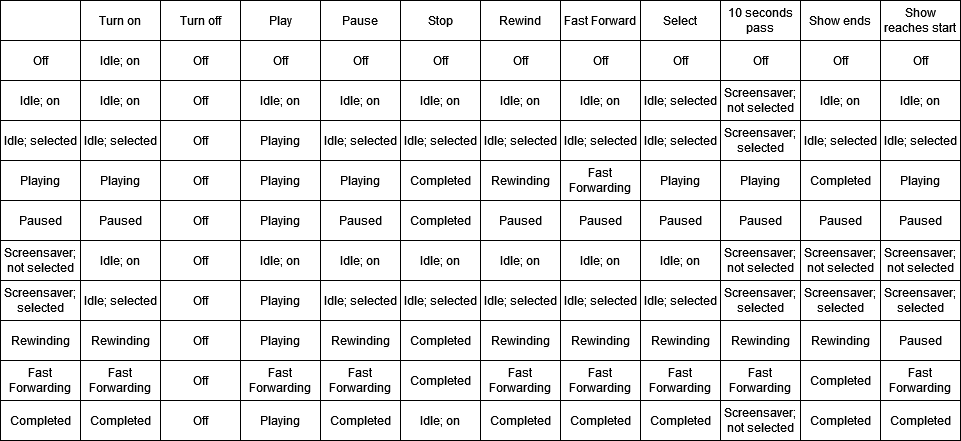
Earlier version of the draw.io export state_transition_table.png (si8822fb101/ICS372GroupProject2). Source tidied: cells renumbered, new cells last; positions are measured from the earlier drawing's top-left corner, leaving out a move shared by most shapes.
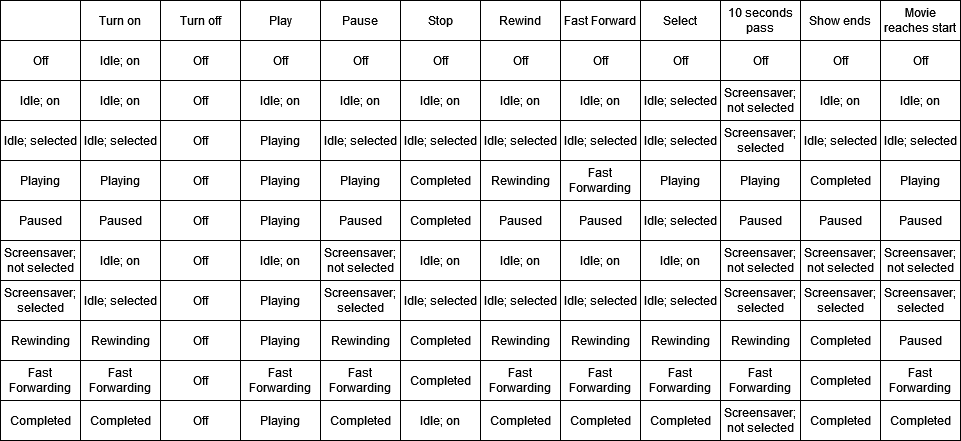
Above is the later version.

What changed in the source:
```diff
@@ -35,7 +35,7 @@
     <mxCell id="12" value="&lt;div&gt;Show ends&lt;/div&gt;" style="rounded=0;whiteSpace=wrap;html=1;" parent="1" vertex="1">
       <mxGeometry x="800" width="80" height="40" as="geometry" />
     </mxCell>
-    <mxCell id="13" value="Show reaches start" style="rounded=0;whiteSpace=wrap;html=1;" parent="1" vertex="1">
+    <mxCell id="13" value="Movie reaches start" style="rounded=0;whiteSpace=wrap;html=1;" parent="1" vertex="1">
       <mxGeometry x="880" width="80" height="40" as="geometry" />
     </mxCell>
     <mxCell id="14" value="Off" style="rounded=0;whiteSpace=wrap;html=1;" parent="1" vertex="1">
@@ -251,7 +251,7 @@
     <mxCell id="84" value="Paused" style="rounded=0;whiteSpace=wrap;html=1;" parent="1" vertex="1">
       <mxGeometry x="560" y="200" width="80" height="40" as="geometry" />
     </mxCell>
-    <mxCell id="85" value="Paused" style="rounded=0;whiteSpace=wrap;html=1;" parent="1" vertex="1">
+    <mxCell id="85" value="Idle; selected" style="rounded=0;whiteSpace=wrap;html=1;" parent="1" vertex="1">
       <mxGeometry x="640" y="200" width="80" height="40" as="geometry" />
     </mxCell>
     <mxCell id="86" value="Paused" style="rounded=0;whiteSpace=wrap;html=1;" parent="1" vertex="1">
@@ -266,7 +266,7 @@
     <mxCell id="89" value="Idle; on" style="rounded=0;whiteSpace=wrap;html=1;" parent="1" vertex="1">
       <mxGeometry x="240" y="240" width="80" height="40" as="geometry" />
     </mxCell>
-    <mxCell id="90" value="Idle; on" style="rounded=0;whiteSpace=wrap;html=1;" parent="1" vertex="1">
+    <mxCell id="90" value="Screensaver; not selected" style="rounded=0;whiteSpace=wrap;html=1;" parent="1" vertex="1">
       <mxGeometry x="320" y="240" width="80" height="40" as="geometry" />
     </mxCell>
     <mxCell id="91" value="Idle; on" style="rounded=0;whiteSpace=wrap;html=1;" parent="1" vertex="1">
@@ -293,7 +293,7 @@
     <mxCell id="98" value="Playing" style="rounded=0;whiteSpace=wrap;html=1;" parent="1" vertex="1">
       <mxGeometry x="240" y="280" width="80" height="40" as="geometry" />
     </mxCell>
-    <mxCell id="99" value="Idle; selected" style="rounded=0;whiteSpace=wrap;html=1;" parent="1" vertex="1">
+    <mxCell id="99" value="Screensaver; selected" style="rounded=0;whiteSpace=wrap;html=1;" parent="1" vertex="1">
       <mxGeometry x="320" y="280" width="80" height="40" as="geometry" />
     </mxCell>
     <mxCell id="100" value="Idle; selected" style="rounded=0;whiteSpace=wrap;html=1;" parent="1" vertex="1">
@@ -338,7 +338,7 @@
     <mxCell id="113" value="Rewinding" style="rounded=0;whiteSpace=wrap;html=1;" parent="1" vertex="1">
       <mxGeometry x="720" y="320" width="80" height="40" as="geometry" />
     </mxCell>
-    <mxCell id="114" value="Rewinding" style="rounded=0;whiteSpace=wrap;html=1;" parent="1" vertex="1">
+    <mxCell id="114" value="Completed" style="rounded=0;whiteSpace=wrap;html=1;" parent="1" vertex="1">
       <mxGeometry x="800" y="320" width="80" height="40" as="geometry" />
     </mxCell>
     <mxCell id="115" value="Paused" style="rounded=0;whiteSpace=wrap;html=1;" parent="1" vertex="1">
```
